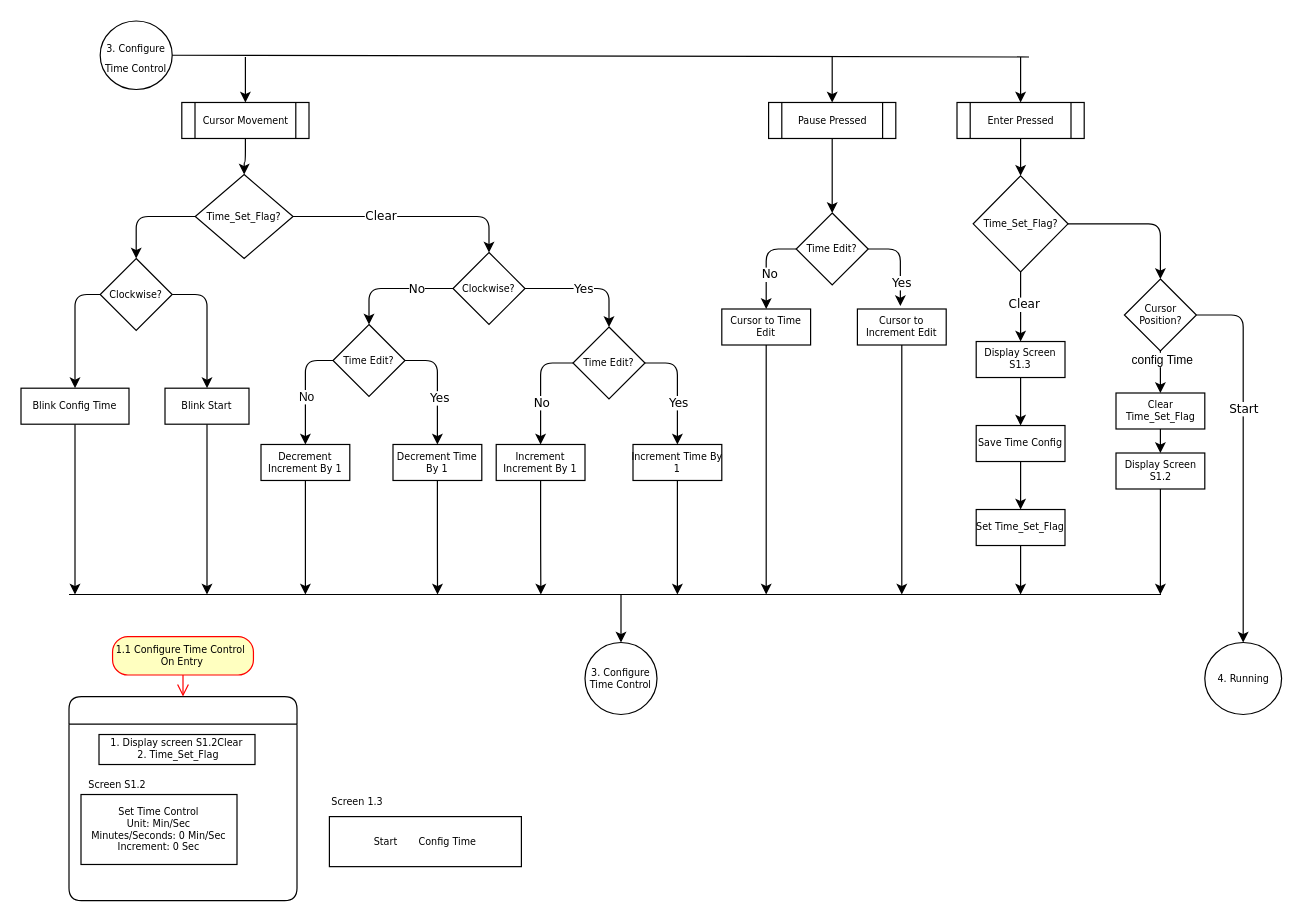
This is page "3. Configure Time Control" (4 of 5) of Chess Clock State Machine.drawio from Eleish98/Chess-Clock, a draw.io file, before an edit. Source tidied: cells renumbered, new cells numbered last; positions are measured from the earlier drawing's top-left corner, leaving out a move shared by most shapes. Both pictures are drawn from the tidied source at 120%, with x=0, y=0 at pixel (20, 20).
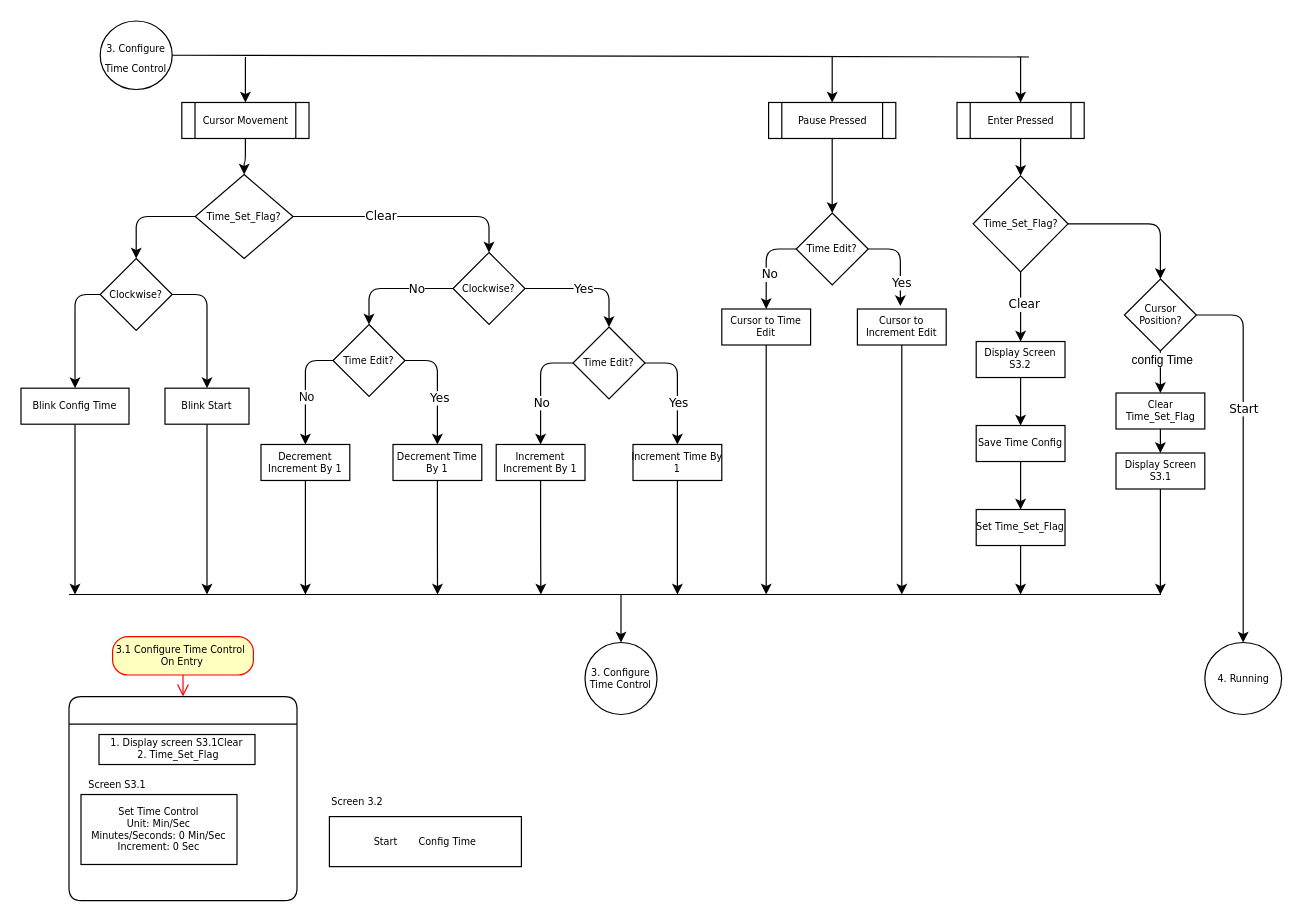
The same diagram, later.

The change refers to these unchanged cells:
```xml
<mxCell id="81" style="group;" parent="1" vertex="1">
  <mxGeometry x="40" y="513" width="190" height="220" as="geometry" />
</mxCell>
```

Diff of the diagram source:
```diff
@@
-    <mxCell id="47" value="&lt;font style=&quot;font-size: 8px&quot;&gt;Display Screen S1.3&lt;/font&gt;" style="whiteSpace=wrap;html=1;fontSize=8;fontFamily=Verdana;rounded=0;spacing=0;" parent="1" vertex="1">
+    <mxCell id="47" value="&lt;font style=&quot;font-size: 8px&quot;&gt;Display Screen S3.2&lt;/font&gt;" style="whiteSpace=wrap;html=1;fontSize=8;fontFamily=Verdana;rounded=0;spacing=0;" parent="1" vertex="1">
       <mxGeometry x="796" y="267.1" width="74" height="30" as="geometry" />
     </mxCell>
@@
-    <mxCell id="74" value="&lt;font style=&quot;font-size: 8px&quot;&gt;Display Screen S1.2&lt;/font&gt;" style="whiteSpace=wrap;html=1;fontSize=8;fontFamily=Verdana;rounded=0;spacing=0;" parent="1" vertex="1">
+    <mxCell id="74" value="&lt;font style=&quot;font-size: 8px&quot;&gt;Display Screen S3.1&lt;/font&gt;" style="whiteSpace=wrap;html=1;fontSize=8;fontFamily=Verdana;rounded=0;spacing=0;" parent="1" vertex="1">
       <mxGeometry x="912.5" y="360" width="74" height="30" as="geometry" />
     </mxCell>
@@
-    <mxCell id="80" value="&lt;font style=&quot;font-size: 8px&quot;&gt;Screen 1.3&lt;/font&gt;" style="text;html=1;align=center;verticalAlign=middle;strokeColor=none;fillColor=none;fontSize=16;fontFamily=Verdana;" parent="1" vertex="1">
+    <mxCell id="80" value="&lt;font style=&quot;font-size: 8px&quot;&gt;Screen 3.2&lt;br&gt;&lt;/font&gt;" style="text;html=1;align=center;verticalAlign=middle;strokeColor=none;fillColor=none;fontSize=16;fontFamily=Verdana;" parent="1" vertex="1">
       <mxGeometry x="250" y="633" width="60" height="30" as="geometry" />
     </mxCell>
@@
-    <mxCell id="83" value="&lt;font style=&quot;font-size: 8px;&quot;&gt;1.1 Configure Time Control&amp;nbsp;&lt;br style=&quot;font-size: 8px;&quot;&gt;On Entry&lt;/font&gt;" style="rounded=1;whiteSpace=wrap;html=1;arcSize=40;fontColor=#000000;fillColor=#ffffc0;strokeColor=#ff0000;fontFamily=Verdana;fontSize=8;verticalAlign=middle;spacing=0;horizontal=1;" parent="81" vertex="1">
+    <mxCell id="83" value="&lt;font style=&quot;font-size: 8px&quot;&gt;3.1 Configure Time Control&amp;nbsp;&lt;br style=&quot;font-size: 8px&quot;&gt;On Entry&lt;/font&gt;" style="rounded=1;whiteSpace=wrap;html=1;arcSize=40;fontColor=#000000;fillColor=#ffffc0;strokeColor=#ff0000;fontFamily=Verdana;fontSize=8;verticalAlign=middle;spacing=0;horizontal=1;" parent="81" vertex="1">
       <mxGeometry x="36.3" width="117.4" height="32" as="geometry" />
     </mxCell>
@@
-    <mxCell id="86" value="&lt;font style=&quot;font-size: 8px&quot;&gt;Screen S1.2&lt;/font&gt;" style="text;html=1;align=center;verticalAlign=middle;strokeColor=none;fillColor=none;fontSize=14;fontFamily=Verdana;rounded=1;" parent="81" vertex="1">
+    <mxCell id="86" value="&lt;font style=&quot;font-size: 8px&quot;&gt;Screen S3.1&lt;/font&gt;" style="text;html=1;align=center;verticalAlign=middle;strokeColor=none;fillColor=none;fontSize=14;fontFamily=Verdana;rounded=1;" parent="81" vertex="1">
       <mxGeometry x="10" y="106.6" width="60" height="30" as="geometry" />
     </mxCell>
-    <mxCell id="87" value="1. Display screen S1.2Clear&#10; 2. Time_Set_Flag" style="rounded=0;whiteSpace=wrap;fontFamily=Verdana;fontSize=8;spacing=0;align=center;" parent="81" vertex="1">
+    <mxCell id="87" value="1. Display screen S3.1Clear&#10; 2. Time_Set_Flag" style="rounded=0;whiteSpace=wrap;fontFamily=Verdana;fontSize=8;spacing=0;align=center;" parent="81" vertex="1">
       <mxGeometry x="25" y="81.6" width="130" height="25" as="geometry" />
     </mxCell>
```
